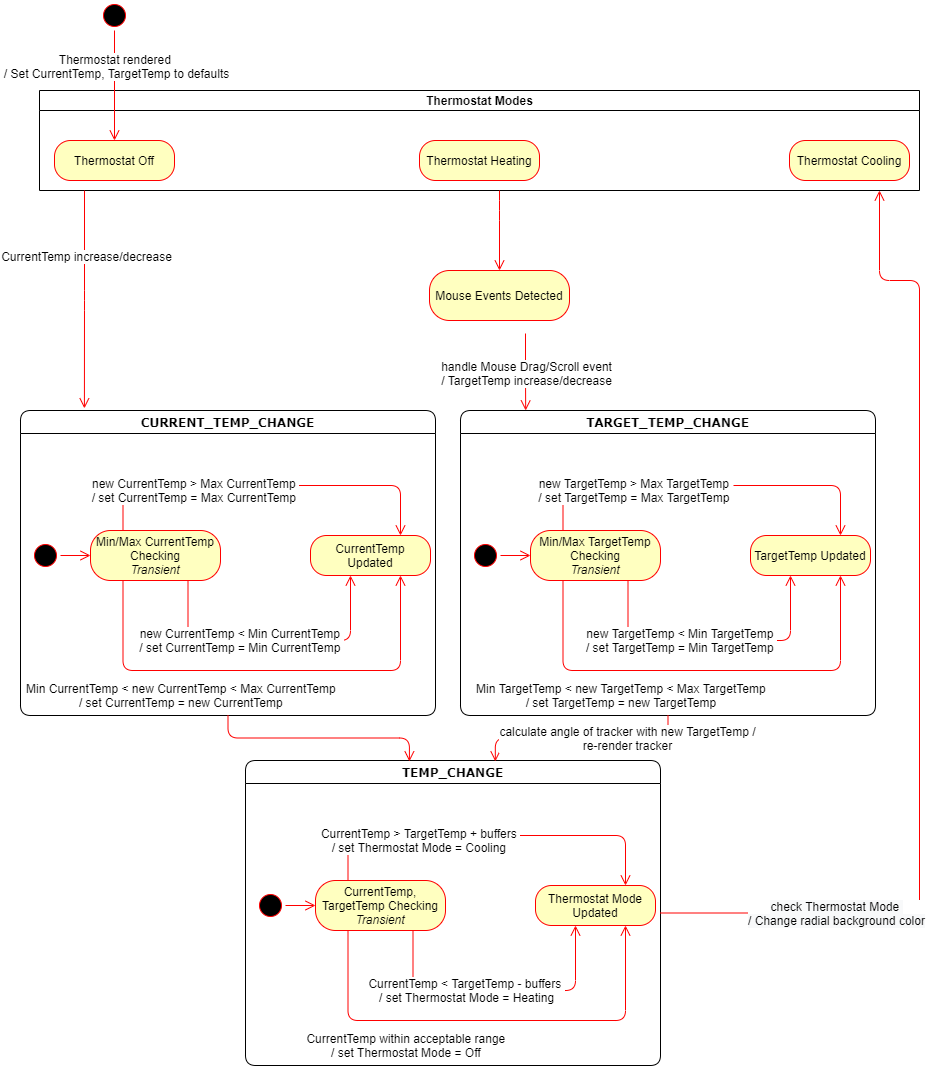
The draw.io diagram documents/Statechart.png in dingheng4448/React-Thermostat-Radial-Slider, before a commit. Source tidied: cells renumbered, new cells last; positions are measured from the earlier drawing's top-left corner, leaving out a move shared by most shapes.
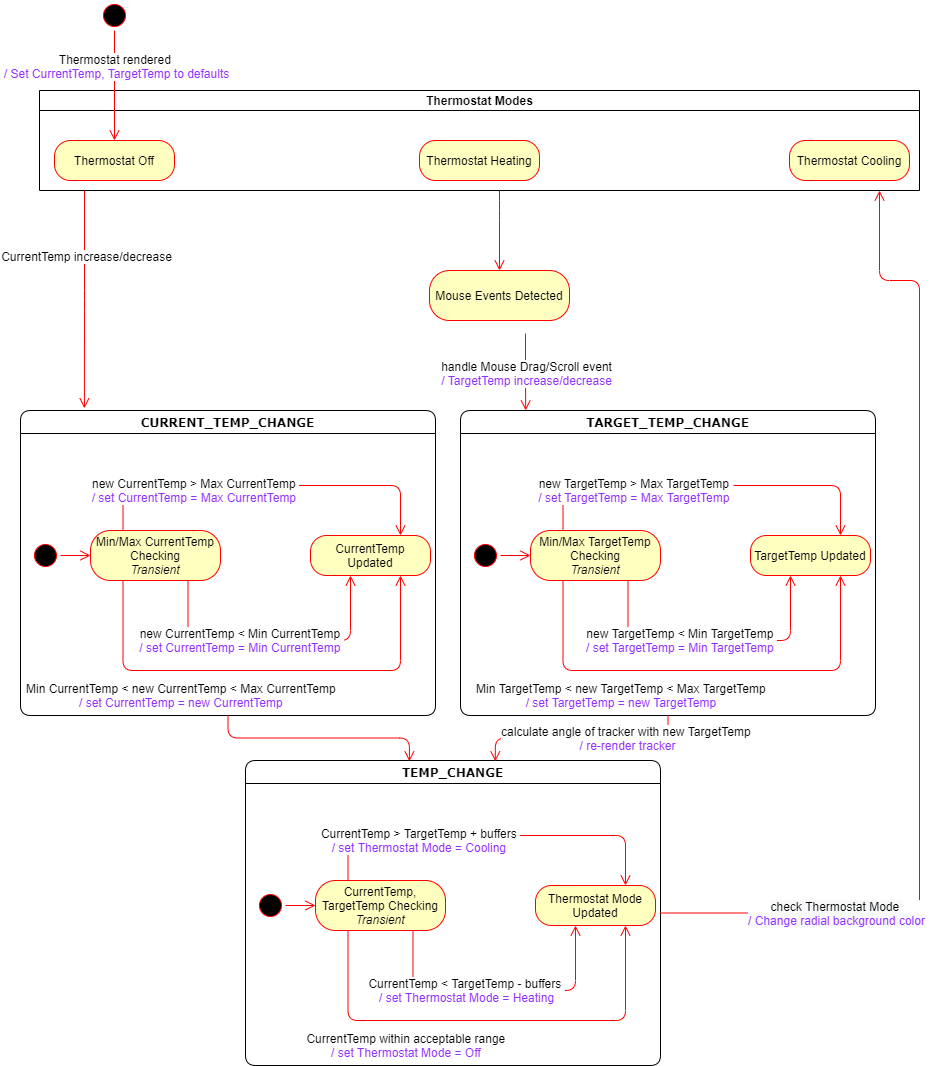
After the commit.

Diff of the diagram source:
```diff
@@ -42,7 +42,7 @@
         <mxPoint x="505" y="333" as="sourcePoint" />
       </mxGeometry>
     </mxCell>
-    <mxCell id="12" value="handle Mouse Drag/Scroll event&lt;br&gt;/ TargetTemp increase/decrease" style="text;html=1;align=center;verticalAlign=middle;labelBackgroundColor=#ffffff;" parent="11" vertex="1">
+    <mxCell id="12" value="handle Mouse Drag/Scroll event&lt;br&gt;&lt;font color=&quot;#9130ff&quot;&gt;/ TargetTemp increase/decrease&lt;/font&gt;" style="text;html=1;align=center;verticalAlign=middle;labelBackgroundColor=#ffffff;" parent="11" vertex="1">
       <mxGeometry x="0.75" relative="1" as="geometry">
         <mxPoint y="-28" as="offset" />
       </mxGeometry>
@@ -72,7 +72,7 @@
         </Array>
       </mxGeometry>
     </mxCell>
-    <mxCell id="19" value="new CurrentTemp &amp;gt; Max CurrentTemp &lt;br&gt;/ set CurrentTemp = Max CurrentTemp&amp;nbsp;" style="text;html=1;align=center;verticalAlign=middle;labelBackgroundColor=#ffffff;" parent="18" vertex="1">
+    <mxCell id="19" value="new CurrentTemp &amp;gt; Max CurrentTemp &lt;br&gt;&lt;font color=&quot;#9130ff&quot;&gt;/ set CurrentTemp = Max CurrentTemp&lt;/font&gt;&amp;nbsp;" style="text;html=1;align=center;verticalAlign=middle;labelBackgroundColor=#ffffff;" parent="18" vertex="1">
       <mxGeometry x="-0.4" y="1" relative="1" as="geometry" />
     </mxCell>
     <mxCell id="20" style="edgeStyle=orthogonalEdgeStyle;html=1;labelBackgroundColor=none;endArrow=open;endSize=8;strokeColor=#ff0000;fontFamily=Verdana;fontSize=12;align=left;exitX=0.75;exitY=1;exitDx=0;exitDy=0;" parent="13" edge="1" source="16">
@@ -84,7 +84,7 @@
         </Array>
       </mxGeometry>
     </mxCell>
-    <mxCell id="21" value="new CurrentTemp &amp;lt; Min CurrentTemp &lt;br&gt;/ set CurrentTemp = Min CurrentTemp&amp;nbsp;" style="text;html=1;align=center;verticalAlign=middle;labelBackgroundColor=#ffffff;" parent="20" vertex="1">
+    <mxCell id="21" value="new CurrentTemp &amp;lt; Min CurrentTemp &lt;br&gt;&lt;font color=&quot;#9130ff&quot;&gt;/ set CurrentTemp = Min CurrentTemp&lt;/font&gt;&amp;nbsp;" style="text;html=1;align=center;verticalAlign=middle;labelBackgroundColor=#ffffff;" parent="20" vertex="1">
       <mxGeometry x="-0.4" y="1" relative="1" as="geometry">
         <mxPoint x="27" as="offset" />
       </mxGeometry>
@@ -97,7 +97,7 @@
         </Array>
       </mxGeometry>
     </mxCell>
-    <mxCell id="23" value="Min CurrentTemp &amp;lt; new CurrentTemp &amp;lt; Max CurrentTemp &lt;br&gt;/ set CurrentTemp = new CurrentTemp&amp;nbsp;" style="text;html=1;align=center;verticalAlign=middle;labelBackgroundColor=#ffffff;" parent="22" vertex="1">
+    <mxCell id="23" value="Min CurrentTemp &amp;lt; new CurrentTemp &amp;lt; Max CurrentTemp &lt;br&gt;&lt;font color=&quot;#9130ff&quot;&gt;/ set CurrentTemp = new CurrentTemp&lt;/font&gt;&amp;nbsp;" style="text;html=1;align=center;verticalAlign=middle;labelBackgroundColor=#ffffff;" parent="22" vertex="1">
       <mxGeometry x="-0.4" y="1" relative="1" as="geometry">
         <mxPoint x="10" y="25" as="offset" />
       </mxGeometry>
@@ -127,7 +127,7 @@
         </Array>
       </mxGeometry>
     </mxCell>
-    <mxCell id="30" value="CurrentTemp &amp;gt; TargetTemp + buffers&amp;nbsp;&lt;br&gt;/ set Thermostat Mode = Cooling&amp;nbsp;" style="text;html=1;align=center;verticalAlign=middle;labelBackgroundColor=#ffffff;" parent="29" vertex="1">
+    <mxCell id="30" value="CurrentTemp &amp;gt; TargetTemp + buffers&amp;nbsp;&lt;br&gt;&lt;font color=&quot;#9130ff&quot;&gt;/ set Thermostat Mode = Cooling&amp;nbsp;&lt;/font&gt;" style="text;html=1;align=center;verticalAlign=middle;labelBackgroundColor=#ffffff;" parent="29" vertex="1">
       <mxGeometry x="-0.4" y="1" relative="1" as="geometry" />
     </mxCell>
     <mxCell id="31" style="edgeStyle=orthogonalEdgeStyle;html=1;labelBackgroundColor=none;endArrow=open;endSize=8;strokeColor=#ff0000;fontFamily=Verdana;fontSize=12;align=left;exitX=0.75;exitY=1;exitDx=0;exitDy=0;" parent="24" edge="1" source="27">
@@ -139,7 +139,7 @@
         </Array>
       </mxGeometry>
     </mxCell>
-    <mxCell id="32" value="CurrentTemp &amp;lt; TargetTemp - buffers&amp;nbsp;&lt;br&gt;/ set Thermostat Mode = Heating" style="text;html=1;align=center;verticalAlign=middle;labelBackgroundColor=#ffffff;" parent="31" vertex="1">
+    <mxCell id="32" value="CurrentTemp &amp;lt; TargetTemp - buffers&amp;nbsp;&lt;br&gt;&lt;font color=&quot;#9130ff&quot;&gt;/ set Thermostat Mode = Heating&lt;/font&gt;" style="text;html=1;align=center;verticalAlign=middle;labelBackgroundColor=#ffffff;" parent="31" vertex="1">
       <mxGeometry x="-0.4" y="1" relative="1" as="geometry">
         <mxPoint x="27" as="offset" />
       </mxGeometry>
@@ -152,7 +152,7 @@
         </Array>
       </mxGeometry>
     </mxCell>
-    <mxCell id="34" value="CurrentTemp within acceptable range&amp;nbsp;&lt;br&gt;/ set Thermostat Mode = Off&amp;nbsp;" style="text;html=1;align=center;verticalAlign=middle;labelBackgroundColor=#ffffff;" parent="33" vertex="1">
+    <mxCell id="34" value="CurrentTemp within acceptable range&amp;nbsp;&lt;br&gt;&lt;font color=&quot;#9130ff&quot;&gt;/ set Thermostat Mode = Off&amp;nbsp;&lt;/font&gt;" style="text;html=1;align=center;verticalAlign=middle;labelBackgroundColor=#ffffff;" parent="33" vertex="1">
       <mxGeometry x="-0.4" y="1" relative="1" as="geometry">
         <mxPoint x="10" y="25" as="offset" />
       </mxGeometry>
@@ -182,7 +182,7 @@
         </Array>
       </mxGeometry>
     </mxCell>
-    <mxCell id="41" value="new TargetTemp &amp;gt; Max TargetTemp &lt;br&gt;/ set TargetTemp = Max TargetTemp&amp;nbsp;" style="text;html=1;align=center;verticalAlign=middle;labelBackgroundColor=#ffffff;" parent="40" vertex="1">
+    <mxCell id="41" value="new TargetTemp &amp;gt; Max TargetTemp &lt;br&gt;&lt;font color=&quot;#9130ff&quot;&gt;/ set TargetTemp = Max TargetTemp&lt;/font&gt;&amp;nbsp;" style="text;html=1;align=center;verticalAlign=middle;labelBackgroundColor=#ffffff;" parent="40" vertex="1">
       <mxGeometry x="-0.4" y="1" relative="1" as="geometry" />
     </mxCell>
     <mxCell id="42" style="edgeStyle=orthogonalEdgeStyle;html=1;labelBackgroundColor=none;endArrow=open;endSize=8;strokeColor=#ff0000;fontFamily=Verdana;fontSize=12;align=left;exitX=0.75;exitY=1;exitDx=0;exitDy=0;" parent="35" edge="1" source="38">
@@ -194,7 +194,7 @@
         </Array>
       </mxGeometry>
     </mxCell>
-    <mxCell id="43" value="new TargetTemp &amp;lt; Min TargetTemp &lt;br&gt;/ set TargetTemp = Min TargetTemp&amp;nbsp;" style="text;html=1;align=center;verticalAlign=middle;labelBackgroundColor=#ffffff;" parent="42" vertex="1">
+    <mxCell id="43" value="new TargetTemp &amp;lt; Min TargetTemp &lt;br&gt;&lt;font color=&quot;#9130ff&quot;&gt;/ set TargetTemp = Min TargetTemp&lt;/font&gt;&amp;nbsp;" style="text;html=1;align=center;verticalAlign=middle;labelBackgroundColor=#ffffff;" parent="42" vertex="1">
       <mxGeometry x="-0.4" y="1" relative="1" as="geometry">
         <mxPoint x="27" as="offset" />
       </mxGeometry>
@@ -207,7 +207,7 @@
         </Array>
       </mxGeometry>
     </mxCell>
-    <mxCell id="45" value="Min TargetTemp &amp;lt; new TargetTemp &amp;lt; Max TargetTemp &lt;br&gt;/ set TargetTemp = new TargetTemp&amp;nbsp;" style="text;html=1;align=center;verticalAlign=middle;labelBackgroundColor=#ffffff;" parent="44" vertex="1">
+    <mxCell id="45" value="Min TargetTemp &amp;lt; new TargetTemp &amp;lt; Max TargetTemp &lt;br&gt;&lt;font color=&quot;#9130ff&quot;&gt;/ set TargetTemp = new TargetTemp&lt;/font&gt;&amp;nbsp;" style="text;html=1;align=center;verticalAlign=middle;labelBackgroundColor=#ffffff;" parent="44" vertex="1">
       <mxGeometry x="-0.4" y="1" relative="1" as="geometry">
         <mxPoint x="10" y="25" as="offset" />
       </mxGeometry>
@@ -218,7 +218,7 @@
     <mxCell id="47" style="edgeStyle=orthogonalEdgeStyle;html=1;verticalAlign=bottom;endArrow=open;endSize=8;strokeColor=#ff0000;exitX=0.5;exitY=1;exitDx=0;exitDy=0;entryX=0.602;entryY=0.003;entryDx=0;entryDy=0;entryPerimeter=0;" parent="1" edge="1" source="35" target="24">
       <mxGeometry relative="1" as="geometry" />
     </mxCell>
-    <mxCell id="48" value="calculate angle of tracker with new TargetTemp /&lt;br&gt;re-render tracker" style="text;html=1;align=center;verticalAlign=middle;labelBackgroundColor=#ffffff;" parent="47" vertex="1">
+    <mxCell id="48" value="calculate angle of tracker with new TargetTemp &lt;br&gt;&lt;font color=&quot;#9130ff&quot;&gt;/ re-render tracker&lt;/font&gt;" style="text;html=1;align=center;verticalAlign=middle;labelBackgroundColor=#ffffff;" parent="47" vertex="1">
       <mxGeometry x="-0.41" y="-1" relative="1" as="geometry">
         <mxPoint y="1" as="offset" />
       </mxGeometry>
@@ -226,7 +226,7 @@
     <mxCell id="49" style="edgeStyle=orthogonalEdgeStyle;html=1;labelBackgroundColor=none;endArrow=open;endSize=8;strokeColor=#ff0000;fontFamily=Verdana;fontSize=12;align=left;entryX=0.5;entryY=0;entryDx=0;entryDy=0;" parent="1" edge="1" source="3" target="4">
       <mxGeometry relative="1" as="geometry" />
     </mxCell>
-    <mxCell id="50" value="Thermostat rendered &lt;br&gt;/ Set CurrentTemp, TargetTemp to defaults" style="text;html=1;align=center;verticalAlign=middle;labelBackgroundColor=#ffffff;" parent="49" vertex="1">
+    <mxCell id="50" value="Thermostat rendered &lt;br&gt;&lt;font color=&quot;#9130ff&quot;&gt;/ Set CurrentTemp, TargetTemp to defaults&lt;/font&gt;" style="text;html=1;align=center;verticalAlign=middle;labelBackgroundColor=#ffffff;" parent="49" vertex="1">
       <mxGeometry x="-0.36" y="1" relative="1" as="geometry" />
     </mxCell>
     <mxCell id="51" style="edgeStyle=orthogonalEdgeStyle;html=1;verticalAlign=bottom;endArrow=open;endSize=8;strokeColor=#ff0000;exitX=1;exitY=0.5;exitDx=0;exitDy=0;" parent="1" edge="1" source="24">
@@ -239,7 +239,7 @@
         </Array>
       </mxGeometry>
     </mxCell>
-    <mxCell id="52" value="&lt;span style=&quot;background-color: rgb(248 , 249 , 250)&quot;&gt;check Thermostat Mode&amp;nbsp;&lt;/span&gt;&lt;br style=&quot;background-color: rgb(248 , 249 , 250)&quot;&gt;&lt;span style=&quot;background-color: rgb(248 , 249 , 250)&quot;&gt;/ Change radial background color&lt;/span&gt;" style="text;html=1;align=center;verticalAlign=middle;labelBackgroundColor=#ffffff;" parent="51" vertex="1">
+    <mxCell id="52" value="&lt;span style=&quot;background-color: rgb(248 , 249 , 250)&quot;&gt;check Thermostat Mode&amp;nbsp;&lt;/span&gt;&lt;br style=&quot;background-color: rgb(248 , 249 , 250)&quot;&gt;&lt;span style=&quot;background-color: rgb(248 , 249 , 250)&quot;&gt;&lt;font color=&quot;#9130ff&quot;&gt;/ Change radial background color&lt;/font&gt;&lt;/span&gt;" style="text;html=1;align=center;verticalAlign=middle;labelBackgroundColor=#ffffff;" parent="51" vertex="1">
       <mxGeometry x="-0.65" y="1" relative="1" as="geometry">
         <mxPoint x="-6" y="1" as="offset" />
       </mxGeometry>
```
